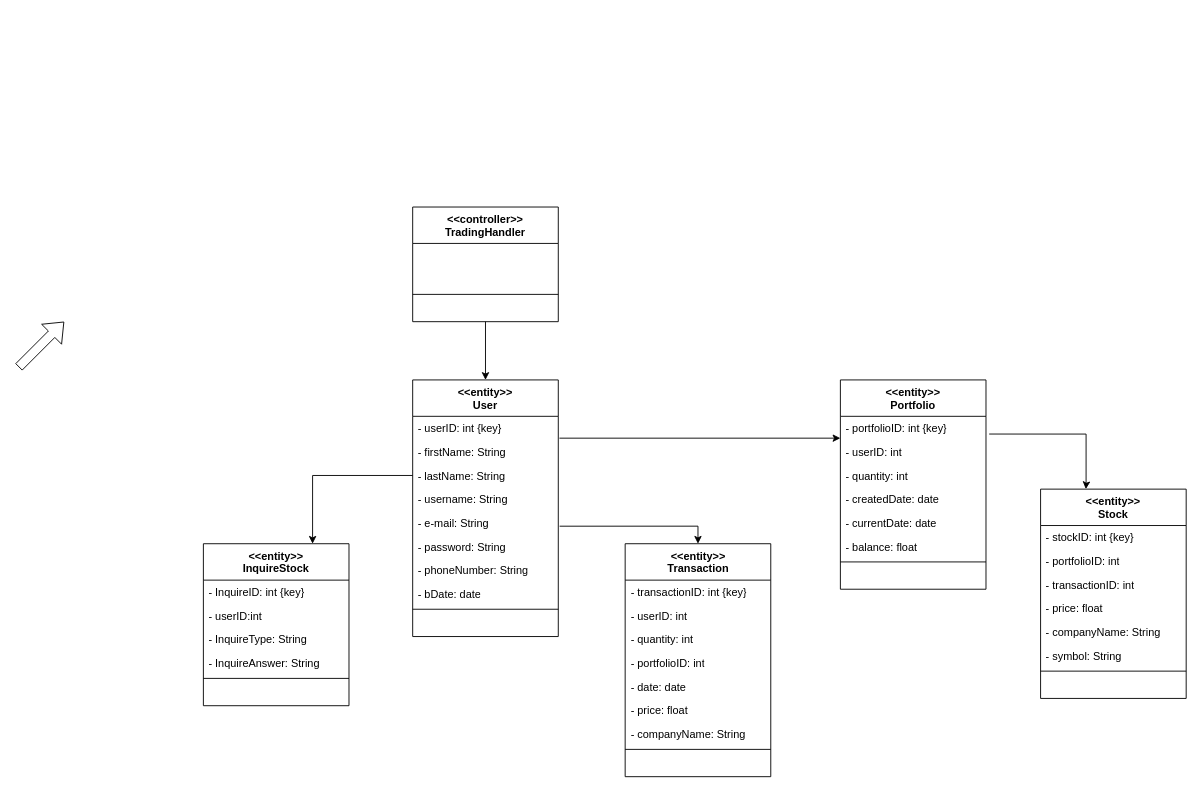
Abdulmohsen23/IS498 keeps this draw.io diagram as Diagrams/FIRST_CUT_CLASS DIAGRAM.drawio. Above is the earlier version. Source tidied: cells renumbered, new cells numbered last; positions are measured from the earlier drawing's top-left corner, leaving out a move shared by most shapes. Both pictures are drawn from the tidied source at 91%, with x=0, y=0 at pixel (18, 207).
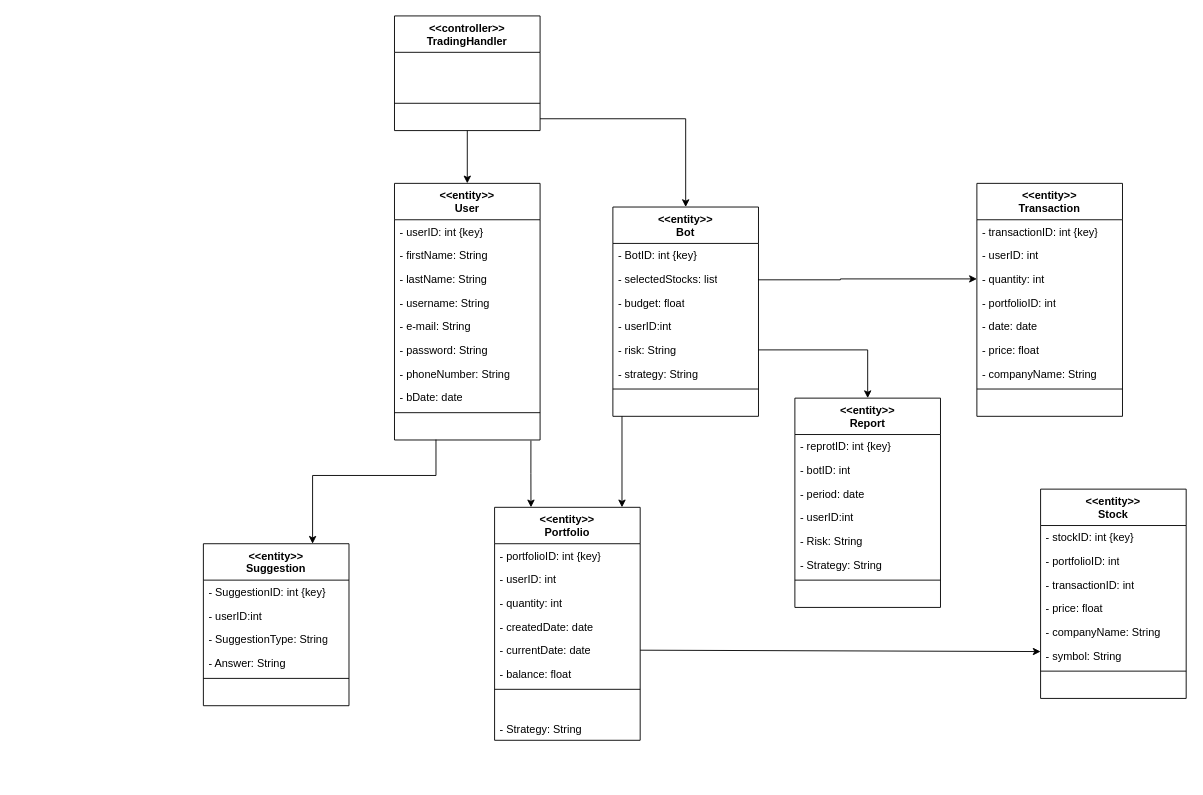
Above is the later version.

The change refers to these unchanged cells:
```xml
<mxCell id="4" value="- firstName: String" style="text;strokeColor=none;fillColor=none;align=left;verticalAlign=top;spacingLeft=4;spacingRight=4;overflow=hidden;points=[[0,0.5],[1,0.5]];portConstraint=eastwest;whiteSpace=wrap;html=1;" parent="2" vertex="1">
  <mxGeometry y="66" width="160" height="26" as="geometry" />
</mxCell>
<mxCell id="5" value="- lastName: String" style="text;strokeColor=none;fillColor=none;align=left;verticalAlign=top;spacingLeft=4;spacingRight=4;overflow=hidden;points=[[0,0.5],[1,0.5]];portConstraint=eastwest;whiteSpace=wrap;html=1;" parent="2" vertex="1">
  <mxGeometry y="92" width="160" height="26" as="geometry" />
</mxCell>
<mxCell id="7" value="- e-mail: String" style="text;strokeColor=none;fillColor=none;align=left;verticalAlign=top;spacingLeft=4;spacingRight=4;overflow=hidden;points=[[0,0.5],[1,0.5]];portConstraint=eastwest;whiteSpace=wrap;html=1;" parent="2" vertex="1">
  <mxGeometry y="144" width="160" height="26" as="geometry" />
</mxCell>
<mxCell id="12" value="&lt;div&gt;&amp;nbsp;&amp;nbsp;&amp;nbsp;&amp;nbsp;&amp;nbsp;&amp;nbsp;&amp;nbsp;&amp;nbsp;&amp;nbsp;&amp;nbsp;&amp;nbsp;&amp;nbsp;&amp;nbsp;&amp;nbsp;&amp;nbsp;&amp;nbsp;&amp;nbsp;&amp;nbsp;&amp;nbsp;&amp;nbsp;&amp;nbsp;&amp;nbsp;&amp;nbsp;&amp;nbsp;&amp;nbsp;&amp;nbsp;&amp;nbsp;&amp;nbsp;&amp;nbsp;&amp;nbsp;&amp;nbsp;&amp;nbsp;&amp;nbsp;&amp;nbsp;&amp;nbsp;&amp;nbsp;&amp;nbsp;&amp;nbsp;&amp;nbsp;&amp;nbsp;&amp;nbsp;&amp;nbsp;&amp;nbsp;&amp;nbsp;&amp;nbsp; &lt;br&gt;&lt;/div&gt;" style="text;strokeColor=none;fillColor=none;align=left;verticalAlign=top;spacingLeft=4;spacingRight=4;overflow=hidden;points=[[0,0.5],[1,0.5]];portConstraint=eastwest;whiteSpace=wrap;html=1;" parent="2" vertex="1">
  <mxGeometry y="256" width="160" height="26" as="geometry" />
</mxCell>
<mxCell id="14" value="- portfolioID: int {key}" style="text;strokeColor=none;fillColor=none;align=left;verticalAlign=top;spacingLeft=4;spacingRight=4;overflow=hidden;points=[[0,0.5],[1,0.5]];portConstraint=eastwest;whiteSpace=wrap;html=1;" parent="13" vertex="1">
  <mxGeometry y="40" width="160" height="26" as="geometry" />
</mxCell>
<mxCell id="18" value="- currentDate: date" style="text;strokeColor=none;fillColor=none;align=left;verticalAlign=top;spacingLeft=4;spacingRight=4;overflow=hidden;points=[[0,0.5],[1,0.5]];portConstraint=eastwest;whiteSpace=wrap;html=1;" parent="13" vertex="1">
  <mxGeometry y="144" width="160" height="26" as="geometry" />
</mxCell>
<mxCell id="27" value="&lt;div&gt;&amp;nbsp;&amp;nbsp;&amp;nbsp;&amp;nbsp;&amp;nbsp;&amp;nbsp;&amp;nbsp;&amp;nbsp;&amp;nbsp;&amp;nbsp;&amp;nbsp;&amp;nbsp;&amp;nbsp;&amp;nbsp;&amp;nbsp;&amp;nbsp;&amp;nbsp;&amp;nbsp;&amp;nbsp;&amp;nbsp;&amp;nbsp;&amp;nbsp;&amp;nbsp;&amp;nbsp;&amp;nbsp;&amp;nbsp;&amp;nbsp;&amp;nbsp;&amp;nbsp;&amp;nbsp;&amp;nbsp;&amp;nbsp;&amp;nbsp;&amp;nbsp;&amp;nbsp;&amp;nbsp;&amp;nbsp;&amp;nbsp;&amp;nbsp;&amp;nbsp;&amp;nbsp;&amp;nbsp;&amp;nbsp;&amp;nbsp;&amp;nbsp; &lt;br&gt;&lt;/div&gt;" style="text;strokeColor=none;fillColor=none;align=left;verticalAlign=top;spacingLeft=4;spacingRight=4;overflow=hidden;points=[[0,0.5],[1,0.5]];portConstraint=eastwest;whiteSpace=wrap;html=1;" parent="23" vertex="1">
  <mxGeometry y="100" width="160" height="26" as="geometry" />
</mxCell>
<mxCell id="29" value="&lt;div&gt;&amp;lt;&amp;lt;entity&amp;gt;&amp;gt;&lt;/div&gt;&lt;div&gt;Stock&lt;br&gt;&lt;/div&gt;" style="swimlane;fontStyle=1;align=center;verticalAlign=top;horizontal=1;startSize=40;whiteSpace=wrap;html=1;" parent="1" vertex="1">
  <mxGeometry x="1123" y="310" width="160" height="230" as="geometry" />
</mxCell>
<mxCell id="35" value="- symbol: String" style="text;strokeColor=none;fillColor=none;align=left;verticalAlign=top;spacingLeft=4;spacingRight=4;overflow=hidden;points=[[0,0.5],[1,0.5]];portConstraint=eastwest;whiteSpace=wrap;html=1;" parent="29" vertex="1">
  <mxGeometry y="170" width="160" height="26" as="geometry" />
</mxCell>
<mxCell id="41" value="- quantity: int" style="text;strokeColor=none;fillColor=none;align=left;verticalAlign=top;spacingLeft=4;spacingRight=4;overflow=hidden;points=[[0,0.5],[1,0.5]];portConstraint=eastwest;whiteSpace=wrap;html=1;" parent="38" vertex="1">
  <mxGeometry y="92" width="160" height="26" as="geometry" />
</mxCell>
```

The edit, as a diff of the source:
```diff
@@
     <mxCell id="2" value="&lt;div&gt;&amp;lt;&amp;lt;entity&amp;gt;&amp;gt;&lt;/div&gt;&lt;div&gt;User&lt;br&gt;&lt;/div&gt;" style="swimlane;fontStyle=1;align=center;verticalAlign=top;horizontal=1;startSize=40;whiteSpace=wrap;html=1;" parent="1" vertex="1">
-      <mxGeometry x="433" y="190" width="160" height="282" as="geometry" />
+      <mxGeometry x="413" y="-26" width="160" height="282" as="geometry" />
     </mxCell>
@@
     <mxCell id="13" value="&lt;div&gt;&amp;lt;&amp;lt;entity&amp;gt;&amp;gt;&lt;/div&gt;&lt;div&gt;Portfolio&lt;br&gt;&lt;/div&gt;" style="swimlane;fontStyle=1;align=center;verticalAlign=top;horizontal=1;startSize=40;whiteSpace=wrap;html=1;" parent="1" vertex="1">
-      <mxGeometry x="903" y="190" width="160" height="230" as="geometry" />
+      <mxGeometry x="523" y="330" width="160" height="256" as="geometry" />
     </mxCell>
@@
+    <mxCell id="59" value="- Strategy: String" style="text;strokeColor=none;fillColor=none;align=left;verticalAlign=top;spacingLeft=4;spacingRight=4;overflow=hidden;whiteSpace=wrap;html=1;" parent="13" vertex="1">
+      <mxGeometry y="230" width="160" height="26" as="geometry" />
+    </mxCell>
@@
     <mxCell id="23" value="&lt;div&gt;&amp;lt;&amp;lt;controller&amp;gt;&amp;gt;&lt;/div&gt;&lt;div&gt;TradingHandler&lt;br&gt;&lt;/div&gt;" style="swimlane;fontStyle=1;align=center;verticalAlign=top;horizontal=1;startSize=40;whiteSpace=wrap;html=1;" parent="1" vertex="1">
-      <mxGeometry x="433" width="160" height="126" as="geometry" />
+      <mxGeometry x="413" y="-210" width="160" height="126" as="geometry" />
     </mxCell>
@@
-    <mxCell id="28" style="edgeStyle=orthogonalEdgeStyle;rounded=0;jettySize=auto;html=1;exitX=1.008;exitY=-0.072;exitDx=0;exitDy=0;exitPerimeter=0;" parent="1" edge="1" source="4">
+    <mxCell id="28" style="edgeStyle=orthogonalEdgeStyle;rounded=0;jettySize=auto;html=1;exitX=1;exitY=0.5;exitDx=0;exitDy=0;entryX=0;entryY=0.5;entryDx=0;entryDy=0;" parent="1" edge="1" source="62" target="41">
       <mxGeometry relative="1" as="geometry">
-        <mxPoint x="903" y="254" as="targetPoint" />
         <Array as="points">
-          <mxPoint x="903" y="254" />
+          <mxPoint x="903" y="80" />
         </Array>
       </mxGeometry>
     </mxCell>
@@
     <mxCell id="38" value="&lt;div&gt;&amp;lt;&amp;lt;entity&amp;gt;&amp;gt;&lt;/div&gt;&lt;div&gt;Transaction&lt;br&gt;&lt;/div&gt;" style="swimlane;fontStyle=1;align=center;verticalAlign=top;horizontal=1;startSize=40;whiteSpace=wrap;html=1;" parent="1" vertex="1">
-      <mxGeometry x="666.5" y="370" width="160" height="256" as="geometry" />
+      <mxGeometry x="1053" y="-26" width="160" height="256" as="geometry" />
     </mxCell>
@@
-    <mxCell id="48" style="endArrow=classic;html=1;rounded=0;entryX=0.5;entryY=0;entryDx=0;entryDy=0;exitX=1.009;exitY=0.644;exitDx=0;exitDy=0;exitPerimeter=0;edgeStyle=orthogonalEdgeStyle;" parent="1" edge="1" source="7" target="38">
-      <mxGeometry relative="1" as="geometry" />
-    </mxCell>
-    <mxCell id="49" style="endArrow=classic;html=1;rounded=0;exitX=1.022;exitY=0.749;exitDx=0;exitDy=0;exitPerimeter=0;edgeStyle=orthogonalEdgeStyle;entryX=0.311;entryY=0;entryDx=0;entryDy=0;entryPerimeter=0;" parent="1" edge="1" source="14" target="29">
-      <mxGeometry relative="1" as="geometry">
-        <Array as="points">
-          <mxPoint x="1173" y="249" />
-          <mxPoint x="1173" y="307" />
-          <mxPoint x="1173" y="307" />
-        </Array>
-      </mxGeometry>
-    </mxCell>
-    <mxCell id="50" style="shape=flexArrow;endArrow=classic;html=1;rounded=0;" parent="1" edge="1">
-      <mxGeometry relative="1" as="geometry">
-        <mxPoint y="176" as="sourcePoint" />
-        <mxPoint x="50" y="126" as="targetPoint" />
-      </mxGeometry>
-    </mxCell>
-    <mxCell id="51" value="&lt;div&gt;&amp;lt;&amp;lt;entity&amp;gt;&amp;gt;&lt;/div&gt;&lt;div&gt;InquireStock&lt;br&gt;&lt;/div&gt;" style="swimlane;fontStyle=1;align=center;verticalAlign=top;horizontal=1;startSize=40;whiteSpace=wrap;html=1;" parent="1" vertex="1">
+    <mxCell id="51" value="&lt;div&gt;&amp;lt;&amp;lt;entity&amp;gt;&amp;gt;&lt;/div&gt;&lt;div&gt;Suggestion&lt;br&gt;&lt;/div&gt;" style="swimlane;fontStyle=1;align=center;verticalAlign=top;horizontal=1;startSize=40;whiteSpace=wrap;html=1;" parent="1" vertex="1">
       <mxGeometry x="203" y="370" width="160" height="178" as="geometry" />
     </mxCell>
-    <mxCell id="52" value="- InquireID: int {key}" style="text;strokeColor=none;fillColor=none;align=left;verticalAlign=top;spacingLeft=4;spacingRight=4;overflow=hidden;whiteSpace=wrap;html=1;" parent="51" vertex="1">
+    <mxCell id="52" value="- SuggestionID: int {key}" style="text;strokeColor=none;fillColor=none;align=left;verticalAlign=top;spacingLeft=4;spacingRight=4;overflow=hidden;whiteSpace=wrap;html=1;" parent="51" vertex="1">
       <mxGeometry y="40" width="160" height="26" as="geometry" />
     </mxCell>
@@
-    <mxCell id="54" value="- InquireType: String" style="text;strokeColor=none;fillColor=none;align=left;verticalAlign=top;spacingLeft=4;spacingRight=4;overflow=hidden;whiteSpace=wrap;html=1;" parent="51" vertex="1">
+    <mxCell id="54" value="- SuggestionType: String" style="text;strokeColor=none;fillColor=none;align=left;verticalAlign=top;spacingLeft=4;spacingRight=4;overflow=hidden;whiteSpace=wrap;html=1;" parent="51" vertex="1">
       <mxGeometry y="92" width="160" height="26" as="geometry" />
     </mxCell>
-    <mxCell id="55" value="- InquireAnswer: String" style="text;strokeColor=none;fillColor=none;align=left;verticalAlign=top;spacingLeft=4;spacingRight=4;overflow=hidden;whiteSpace=wrap;html=1;" parent="51" vertex="1">
+    <mxCell id="55" value="- Answer: String" style="text;strokeColor=none;fillColor=none;align=left;verticalAlign=top;spacingLeft=4;spacingRight=4;overflow=hidden;whiteSpace=wrap;html=1;" parent="51" vertex="1">
       <mxGeometry y="118" width="160" height="26" as="geometry" />
     </mxCell>
@@
-    <mxCell id="58" style="endArrow=classic;html=1;rounded=0;entryX=0.75;entryY=0;entryDx=0;entryDy=0;exitX=0;exitY=0.5;exitDx=0;exitDy=0;edgeStyle=orthogonalEdgeStyle;" parent="1" edge="1" source="5" target="51">
+    <mxCell id="58" style="endArrow=classic;html=1;rounded=0;entryX=0.75;entryY=0;entryDx=0;entryDy=0;edgeStyle=orthogonalEdgeStyle;exitX=0.285;exitY=0.983;exitDx=0;exitDy=0;exitPerimeter=0;" parent="1" edge="1" source="12" target="51">
       <mxGeometry relative="1" as="geometry">
         <Array as="points">
+          <mxPoint x="459" y="295" />
           <mxPoint x="323" y="295" />
         </Array>
       </mxGeometry>
     </mxCell>
+    <mxCell id="60" value="&lt;div&gt;&amp;lt;&amp;lt;entity&amp;gt;&amp;gt;&lt;/div&gt;&lt;div&gt;Bot&lt;br&gt;&lt;/div&gt;" style="swimlane;fontStyle=1;align=center;verticalAlign=top;horizontal=1;startSize=40;whiteSpace=wrap;html=1;" parent="1" vertex="1">
+      <mxGeometry x="653" width="160" height="230" as="geometry" />
+    </mxCell>
+    <mxCell id="61" value="- BotID: int {key}" style="text;strokeColor=none;fillColor=none;align=left;verticalAlign=top;spacingLeft=4;spacingRight=4;overflow=hidden;whiteSpace=wrap;html=1;" parent="60" vertex="1">
+      <mxGeometry y="40" width="160" height="26" as="geometry" />
+    </mxCell>
+    <mxCell id="62" value="- selectedStocks: list" style="text;strokeColor=none;fillColor=none;align=left;verticalAlign=top;spacingLeft=4;spacingRight=4;overflow=hidden;points=[[0,0.5],[1,0.5]];portConstraint=eastwest;whiteSpace=wrap;html=1;" parent="60" vertex="1">
+      <mxGeometry y="66" width="160" height="26" as="geometry" />
+    </mxCell>
+    <mxCell id="63" value="- budget: float" style="text;strokeColor=none;fillColor=none;align=left;verticalAlign=top;spacingLeft=4;spacingRight=4;overflow=hidden;whiteSpace=wrap;html=1;" parent="60" vertex="1">
+      <mxGeometry y="92" width="160" height="26" as="geometry" />
+    </mxCell>
+    <mxCell id="64" value="- userID:int" style="text;strokeColor=none;fillColor=none;align=left;verticalAlign=top;spacingLeft=4;spacingRight=4;overflow=hidden;whiteSpace=wrap;html=1;" parent="60" vertex="1">
+      <mxGeometry y="118" width="160" height="26" as="geometry" />
+    </mxCell>
+    <mxCell id="65" value="- risk: String" style="text;strokeColor=none;fillColor=none;align=left;verticalAlign=top;spacingLeft=4;spacingRight=4;overflow=hidden;points=[[0,0.5],[1,0.5]];portConstraint=eastwest;whiteSpace=wrap;html=1;" parent="60" vertex="1">
+      <mxGeometry y="144" width="160" height="26" as="geometry" />
+    </mxCell>
+    <mxCell id="66" value="- strategy: String" style="text;strokeColor=none;fillColor=none;align=left;verticalAlign=top;spacingLeft=4;spacingRight=4;overflow=hidden;whiteSpace=wrap;html=1;" parent="60" vertex="1">
+      <mxGeometry y="170" width="160" height="26" as="geometry" />
+    </mxCell>
+    <mxCell id="67" style="line;strokeWidth=1;fillColor=none;align=left;verticalAlign=middle;spacingTop=-1;spacingLeft=3;spacingRight=3;labelPosition=right;strokeColor=inherit;" parent="60" vertex="1">
+      <mxGeometry y="196" width="160" height="8" as="geometry" />
+    </mxCell>
+    <mxCell id="68" value="&lt;div&gt;&amp;nbsp;&amp;nbsp;&amp;nbsp;&amp;nbsp;&amp;nbsp;&amp;nbsp;&amp;nbsp;&amp;nbsp;&amp;nbsp;&amp;nbsp;&amp;nbsp;&amp;nbsp;&amp;nbsp;&amp;nbsp;&amp;nbsp;&amp;nbsp;&amp;nbsp;&amp;nbsp;&amp;nbsp;&amp;nbsp;&amp;nbsp;&amp;nbsp;&amp;nbsp;&amp;nbsp;&amp;nbsp;&amp;nbsp;&amp;nbsp;&amp;nbsp;&amp;nbsp;&amp;nbsp;&amp;nbsp;&amp;nbsp;&amp;nbsp;&amp;nbsp;&amp;nbsp;&amp;nbsp;&amp;nbsp;&amp;nbsp;&amp;nbsp;&amp;nbsp;&amp;nbsp;&amp;nbsp;&amp;nbsp;&amp;nbsp;&amp;nbsp; &lt;br&gt;&lt;/div&gt;" style="text;strokeColor=none;fillColor=none;align=left;verticalAlign=top;spacingLeft=4;spacingRight=4;overflow=hidden;whiteSpace=wrap;html=1;" parent="60" vertex="1">
+      <mxGeometry y="204" width="160" height="26" as="geometry" />
+    </mxCell>
+    <mxCell id="69" style="edgeStyle=orthogonalEdgeStyle;rounded=0;jettySize=auto;html=1;exitX=1;exitY=0.5;exitDx=0;exitDy=0;entryX=0.5;entryY=0;entryDx=0;entryDy=0;" parent="1" edge="1" source="27" target="60">
+      <mxGeometry relative="1" as="geometry" />
+    </mxCell>
+    <mxCell id="70" style="endArrow=classic;html=1;rounded=0;entryX=0.25;entryY=0;entryDx=0;entryDy=0;exitX=0.937;exitY=1.025;exitDx=0;exitDy=0;exitPerimeter=0;edgeStyle=orthogonalEdgeStyle;" parent="1" edge="1" source="12" target="13">
+      <mxGeometry relative="1" as="geometry" />
+    </mxCell>
+    <mxCell id="71" style="endArrow=classic;html=1;rounded=0;edgeStyle=orthogonalEdgeStyle;" parent="1" edge="1">
+      <mxGeometry relative="1" as="geometry">
+        <mxPoint x="663" y="230" as="sourcePoint" />
+        <mxPoint x="663" y="330" as="targetPoint" />
+        <Array as="points">
+          <mxPoint x="663" y="233" />
+          <mxPoint x="663" y="331" />
+        </Array>
+      </mxGeometry>
+    </mxCell>
+    <mxCell id="72" style="endArrow=classic;html=1;rounded=0;exitX=1;exitY=0.5;exitDx=0;exitDy=0;entryX=0;entryY=0.327;entryDx=0;entryDy=0;entryPerimeter=0;" parent="1" edge="1" source="18" target="35">
+      <mxGeometry relative="1" as="geometry" />
+    </mxCell>
+    <mxCell id="73" value="&lt;div&gt;&amp;lt;&amp;lt;entity&amp;gt;&amp;gt;&lt;/div&gt;&lt;div&gt;Report&lt;br&gt;&lt;/div&gt;" style="swimlane;fontStyle=1;align=center;verticalAlign=top;horizontal=1;startSize=40;whiteSpace=wrap;html=1;" parent="1" vertex="1">
+      <mxGeometry x="853" y="210" width="160" height="230" as="geometry" />
+    </mxCell>
+    <mxCell id="74" value="- reprotID: int {key}" style="text;strokeColor=none;fillColor=none;align=left;verticalAlign=top;spacingLeft=4;spacingRight=4;overflow=hidden;whiteSpace=wrap;html=1;" parent="73" vertex="1">
+      <mxGeometry y="40" width="160" height="26" as="geometry" />
+    </mxCell>
+    <mxCell id="75" value="- botID: int" style="text;strokeColor=none;fillColor=none;align=left;verticalAlign=top;spacingLeft=4;spacingRight=4;overflow=hidden;whiteSpace=wrap;html=1;" parent="73" vertex="1">
+      <mxGeometry y="66" width="160" height="26" as="geometry" />
+    </mxCell>
+    <mxCell id="76" value="- period: date" style="text;strokeColor=none;fillColor=none;align=left;verticalAlign=top;spacingLeft=4;spacingRight=4;overflow=hidden;whiteSpace=wrap;html=1;" parent="73" vertex="1">
+      <mxGeometry y="92" width="160" height="26" as="geometry" />
+    </mxCell>
+    <mxCell id="77" value="- userID:int" style="text;strokeColor=none;fillColor=none;align=left;verticalAlign=top;spacingLeft=4;spacingRight=4;overflow=hidden;whiteSpace=wrap;html=1;" parent="73" vertex="1">
+      <mxGeometry y="118" width="160" height="26" as="geometry" />
+    </mxCell>
+    <mxCell id="78" value="- Risk: String" style="text;strokeColor=none;fillColor=none;align=left;verticalAlign=top;spacingLeft=4;spacingRight=4;overflow=hidden;whiteSpace=wrap;html=1;" parent="73" vertex="1">
+      <mxGeometry y="144" width="160" height="26" as="geometry" />
+    </mxCell>
+    <mxCell id="79" value="- Strategy: String" style="text;strokeColor=none;fillColor=none;align=left;verticalAlign=top;spacingLeft=4;spacingRight=4;overflow=hidden;whiteSpace=wrap;html=1;" parent="73" vertex="1">
+      <mxGeometry y="170" width="160" height="26" as="geometry" />
+    </mxCell>
+    <mxCell id="80" style="line;strokeWidth=1;fillColor=none;align=left;verticalAlign=middle;spacingTop=-1;spacingLeft=3;spacingRight=3;labelPosition=right;strokeColor=inherit;" parent="73" vertex="1">
+      <mxGeometry y="196" width="160" height="8" as="geometry" />
+    </mxCell>
+    <mxCell id="81" value="&lt;div&gt;&amp;nbsp;&amp;nbsp;&amp;nbsp;&amp;nbsp;&amp;nbsp;&amp;nbsp;&amp;nbsp;&amp;nbsp;&amp;nbsp;&amp;nbsp;&amp;nbsp;&amp;nbsp;&amp;nbsp;&amp;nbsp;&amp;nbsp;&amp;nbsp;&amp;nbsp;&amp;nbsp;&amp;nbsp;&amp;nbsp;&amp;nbsp;&amp;nbsp;&amp;nbsp;&amp;nbsp;&amp;nbsp;&amp;nbsp;&amp;nbsp;&amp;nbsp;&amp;nbsp;&amp;nbsp;&amp;nbsp;&amp;nbsp;&amp;nbsp;&amp;nbsp;&amp;nbsp;&amp;nbsp;&amp;nbsp;&amp;nbsp;&amp;nbsp;&amp;nbsp;&amp;nbsp;&amp;nbsp;&amp;nbsp;&amp;nbsp;&amp;nbsp; &lt;br&gt;&lt;/div&gt;" style="text;strokeColor=none;fillColor=none;align=left;verticalAlign=top;spacingLeft=4;spacingRight=4;overflow=hidden;whiteSpace=wrap;html=1;" parent="73" vertex="1">
+      <mxGeometry y="204" width="160" height="26" as="geometry" />
+    </mxCell>
+    <mxCell id="82" style="endArrow=classic;html=1;rounded=0;exitX=1;exitY=0.5;exitDx=0;exitDy=0;edgeStyle=orthogonalEdgeStyle;entryX=0.5;entryY=0;entryDx=0;entryDy=0;" parent="1" edge="1" source="65" target="73">
+      <mxGeometry relative="1" as="geometry" />
+    </mxCell>
```
